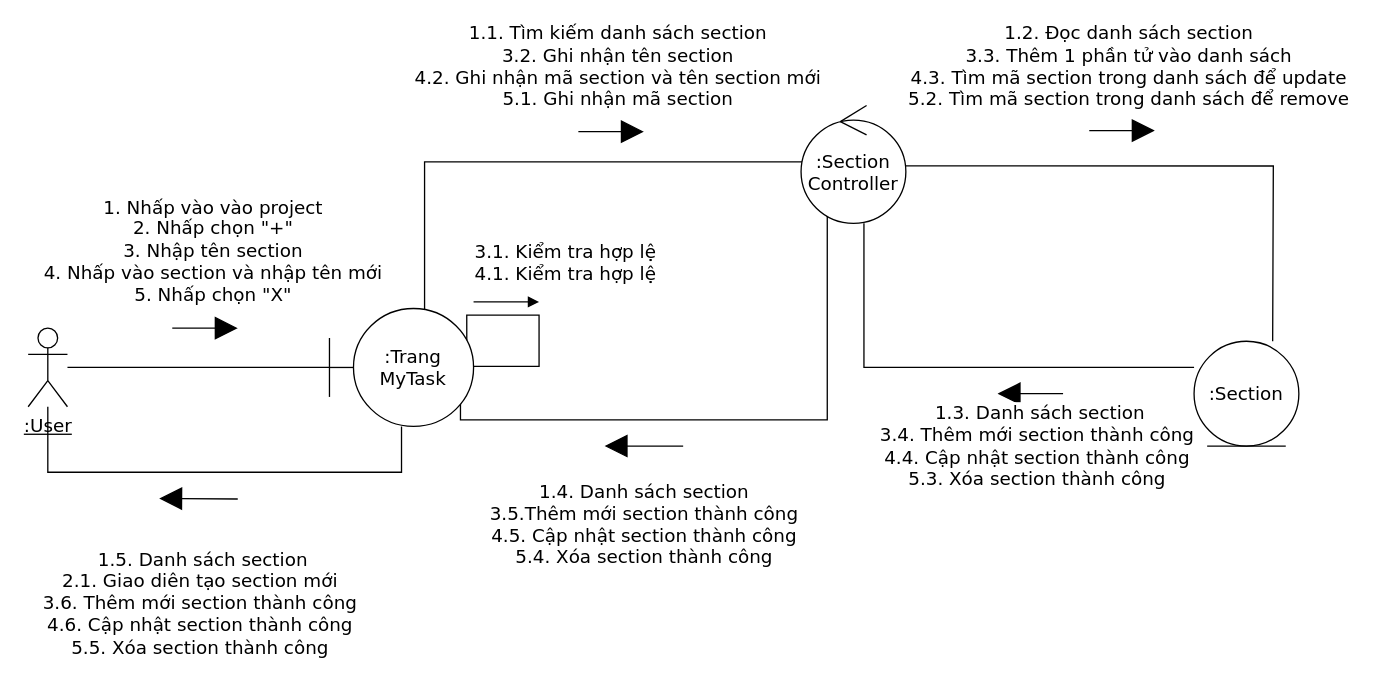
Above: ToDoApp-Doc/Document/Diagram/Collaboration Diagram/ManageSection/ManageSection_Collaboration.drawio in Merevoli-DatLuu/To-Do-App (draw.io), before the change. Source tidied: cells renumbered, new cells numbered last; positions are measured from the earlier drawing's top-left corner, leaving out a move shared by most shapes. Both pictures are drawn from the tidied source at 131%, with x=0, y=0 at pixel (28, 105).
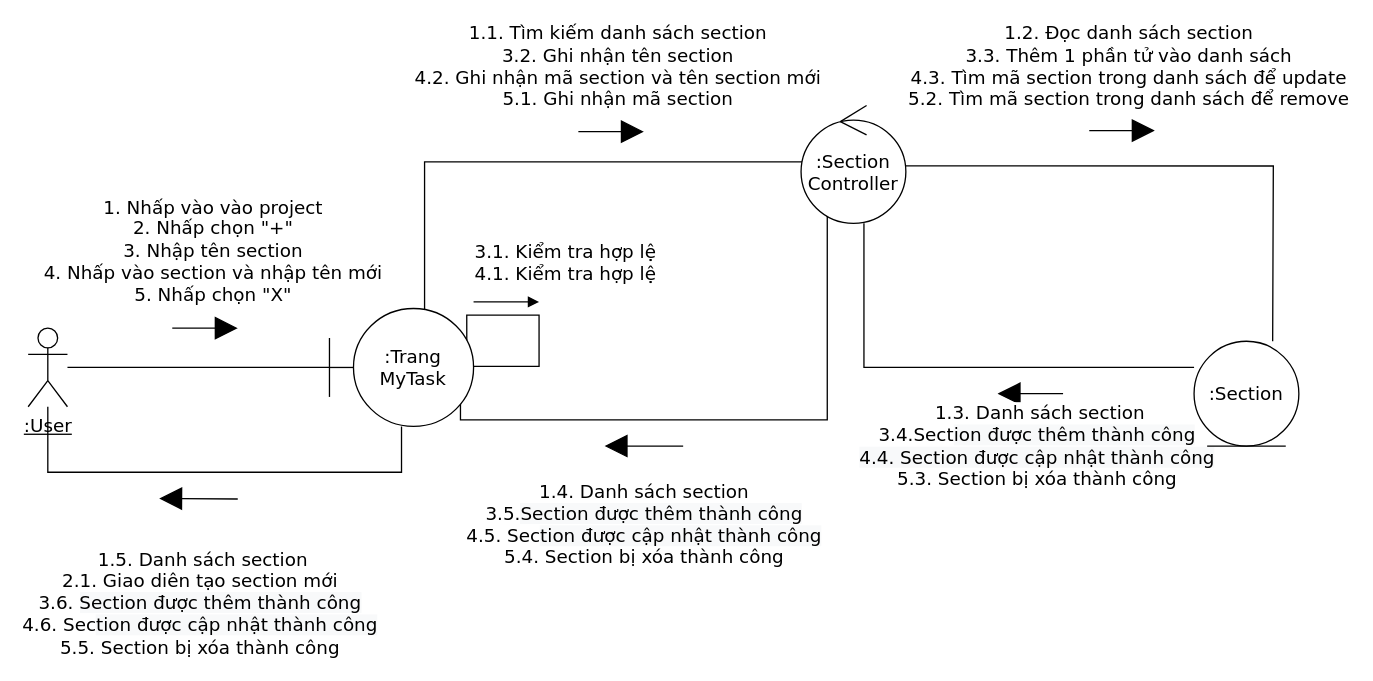
The same diagram, later.

Unchanged cells that the change refers to:
```xml
<mxCell id="16" style="endArrow=block;html=1;fontSize=14;endFill=1;endSize=15;fontFamily=Verdana;" parent="1" edge="1">
  <mxGeometry relative="1" as="geometry">
    <mxPoint x="160" y="300.4" as="sourcePoint" />
    <mxPoint x="100" y="300" as="targetPoint" />
  </mxGeometry>
</mxCell>
```

Change to the diagram source:
```diff
@@
-    <mxCell id="14" value="&lt;div style=&quot;font-size: 14px&quot;&gt;&lt;span style=&quot;font-size: 14px&quot;&gt;&amp;nbsp;1.3. Danh sách section&lt;br style=&quot;font-size: 14px&quot;&gt;&lt;/span&gt;&lt;/div&gt;&lt;div style=&quot;font-size: 14px&quot;&gt;3.4. Thêm mới section thành công&lt;/div&gt;&lt;div style=&quot;font-size: 14px&quot;&gt;4.4. Cập nhật section thành công&lt;br style=&quot;font-size: 14px&quot;&gt;&lt;span style=&quot;font-size: 14px&quot;&gt;&lt;/span&gt;&lt;/div&gt;&lt;div style=&quot;font-size: 14px&quot;&gt;&lt;span style=&quot;font-size: 14px&quot;&gt;&lt;/span&gt;&lt;/div&gt;&lt;span style=&quot;font-size: 14px&quot;&gt;5.3. Xóa section thành công&lt;br style=&quot;font-size: 14px&quot;&gt;&lt;/span&gt;" style="endArrow=block;html=1;fontSize=14;endFill=1;endSize=15;fontFamily=Verdana;" parent="1" edge="1">
+    <mxCell id="14" value="&lt;div style=&quot;font-size: 14px&quot;&gt;&lt;span style=&quot;font-size: 14px&quot;&gt;&amp;nbsp;1.3. Danh sách section&lt;/span&gt;&lt;/div&gt;3.4.Sect&lt;span style=&quot;background-color: rgb(248 , 249 , 250)&quot;&gt;ion được thêm thành công&lt;br&gt;&lt;/span&gt;&lt;span style=&quot;background-color: rgb(248 , 249 , 250)&quot;&gt;4.4. Section được cập nhật&amp;nbsp;thành công&lt;/span&gt;&lt;div style=&quot;font-size: 14px&quot;&gt;&lt;span style=&quot;font-size: 14px&quot;&gt;&lt;/span&gt;&lt;/div&gt;&lt;span style=&quot;font-size: 14px&quot;&gt;5.3. Section bị xóa thành công&lt;br style=&quot;font-size: 14px&quot;&gt;&lt;/span&gt;" style="endArrow=block;html=1;fontSize=14;endFill=1;endSize=15;fontFamily=Verdana;" parent="1" edge="1">
       <mxGeometry x="-0.2" y="40" relative="1" as="geometry">
         <mxPoint x="790" y="220" as="sourcePoint" />
         <mxPoint x="740" y="220" as="targetPoint" />
       </mxGeometry>
     </mxCell>
-    <mxCell id="15" value="&lt;font style=&quot;font-size: 14px&quot;&gt;&lt;span style=&quot;font-size: 14px&quot;&gt;&lt;font style=&quot;font-size: 14px&quot;&gt;1.4. Danh sách section&lt;br style=&quot;font-size: 14px&quot;&gt;&lt;/font&gt;&lt;/span&gt;&lt;/font&gt;&lt;span style=&quot;font-size: 14px&quot;&gt;&lt;font style=&quot;font-size: 14px&quot;&gt;3.5.&lt;/font&gt;&lt;/span&gt;&lt;span style=&quot;font-size: 14px&quot;&gt;&lt;font style=&quot;font-size: 14px&quot;&gt;Thêm mới section thành công&lt;/font&gt;&lt;/span&gt;&lt;div style=&quot;font-size: 14px&quot;&gt;&lt;span style=&quot;font-size: 14px&quot;&gt;&lt;font style=&quot;font-size: 14px&quot;&gt;4.5. &lt;/font&gt;&lt;/span&gt;&lt;span style=&quot;font-size: 14px&quot;&gt;&lt;font style=&quot;font-size: 14px&quot;&gt;Cập nhật section thành công&lt;/font&gt;&lt;/span&gt;&lt;/div&gt;&lt;div style=&quot;font-size: 14px&quot;&gt;&lt;span style=&quot;font-size: 14px&quot;&gt;&lt;/span&gt;&lt;/div&gt;&lt;span style=&quot;font-size: 14px&quot;&gt;&lt;font style=&quot;font-size: 14px&quot;&gt;5.4. &lt;/font&gt;&lt;/span&gt;&lt;span style=&quot;font-size: 14px&quot;&gt;&lt;font style=&quot;font-size: 14px&quot;&gt;&lt;span style=&quot;font-size: 14px&quot;&gt;Xóa section thành công&lt;/span&gt;&lt;/font&gt;&lt;/span&gt;" style="endArrow=block;html=1;fontSize=14;endFill=1;jumpSize=7;sourcePerimeterSpacing=2;endSize=15;fontFamily=Verdana;" parent="1" edge="1">
+    <mxCell id="15" value="&lt;font style=&quot;font-size: 14px&quot;&gt;&lt;span style=&quot;font-size: 14px&quot;&gt;&lt;font style=&quot;font-size: 14px&quot;&gt;1.4. Danh sách section&lt;br style=&quot;font-size: 14px&quot;&gt;&lt;/font&gt;&lt;/span&gt;&lt;/font&gt;&lt;span style=&quot;font-size: 14px&quot;&gt;&lt;font style=&quot;font-size: 14px&quot;&gt;3.5.&lt;/font&gt;&lt;/span&gt;&lt;span style=&quot;background-color: rgb(248 , 249 , 250)&quot;&gt;Section được thêm thành công&lt;/span&gt;&lt;div style=&quot;font-size: 14px&quot;&gt;&lt;/div&gt;4.5. Sec&lt;span style=&quot;background-color: rgb(248 , 249 , 250)&quot;&gt;tion được cập nhật&amp;nbsp;thành công&lt;/span&gt;&lt;div style=&quot;font-size: 14px&quot;&gt;&lt;span style=&quot;font-size: 14px&quot;&gt;&lt;/span&gt;&lt;/div&gt;&lt;span style=&quot;font-size: 14px&quot;&gt;&lt;font style=&quot;font-size: 14px&quot;&gt;5.4. Section bị xóa&lt;/font&gt;&lt;/span&gt;&lt;span style=&quot;font-size: 14px&quot;&gt;&lt;font style=&quot;font-size: 14px&quot;&gt;&lt;span style=&quot;font-size: 14px&quot;&gt;&amp;nbsp;thành công&lt;/span&gt;&lt;/font&gt;&lt;/span&gt;" style="endArrow=block;html=1;fontSize=14;endFill=1;jumpSize=7;sourcePerimeterSpacing=2;endSize=15;fontFamily=Verdana;" parent="1" edge="1">
       <mxGeometry y="60" relative="1" as="geometry">
         <mxPoint x="500" y="260" as="sourcePoint" />
         <mxPoint x="440" y="260" as="targetPoint" />
       </mxGeometry>
     </mxCell>
@@
-    <mxCell id="17" value="&lt;font style=&quot;font-size: 14px;&quot;&gt;&lt;font style=&quot;font-size: 14px;&quot;&gt;&lt;font style=&quot;font-size: 14px;&quot;&gt;&lt;span style=&quot;font-size: 14px;&quot;&gt;&amp;nbsp;1.5. Danh sách section&lt;br style=&quot;font-size: 14px;&quot;&gt;&lt;/span&gt;&lt;/font&gt;&lt;/font&gt;&lt;/font&gt;&lt;span style=&quot;font-size: 14px;&quot;&gt;2.1. Giao diên tạo section mới&lt;br style=&quot;font-size: 14px;&quot;&gt;3.6. &lt;/span&gt;&lt;span style=&quot;font-size: 14px;&quot;&gt;Thêm mới section thành công&lt;/span&gt;&lt;div style=&quot;font-size: 14px;&quot;&gt;&lt;span style=&quot;font-size: 14px;&quot;&gt;4.6. &lt;/span&gt;&lt;span style=&quot;font-size: 14px;&quot;&gt;Cập nhật section thành công&lt;/span&gt;&lt;/div&gt;&lt;div style=&quot;font-size: 14px;&quot;&gt;&lt;span style=&quot;font-size: 14px;&quot;&gt;&lt;/span&gt;&lt;/div&gt;&lt;span style=&quot;font-size: 14px;&quot;&gt;5.5. &lt;/span&gt;&lt;span style=&quot;font-size: 14px;&quot;&gt;&lt;span style=&quot;font-size: 14px;&quot;&gt;Xóa section thành công&lt;/span&gt;&lt;/span&gt;" style="edgeLabel;html=1;align=center;verticalAlign=middle;fontSize=14;fontFamily=Verdana;" parent="16" vertex="1">
+    <mxCell id="17" value="&lt;font style=&quot;font-size: 14px&quot;&gt;&lt;font style=&quot;font-size: 14px&quot;&gt;&lt;font style=&quot;font-size: 14px&quot;&gt;&lt;span style=&quot;font-size: 14px&quot;&gt;&amp;nbsp;1.5. Danh sách section&lt;br style=&quot;font-size: 14px&quot;&gt;&lt;/span&gt;&lt;/font&gt;&lt;/font&gt;&lt;/font&gt;&lt;span style=&quot;font-size: 14px&quot;&gt;2.1. Giao diên tạo section mới&lt;br style=&quot;font-size: 14px&quot;&gt;3.6.&amp;nbsp;&lt;/span&gt;&lt;span style=&quot;background-color: rgb(248 , 249 , 250)&quot;&gt;Section được thêm thành công&lt;br&gt;&lt;/span&gt;4.6. Sec&lt;span style=&quot;background-color: rgb(248 , 249 , 250)&quot;&gt;tion được cập nhật&amp;nbsp;thành công&lt;/span&gt;&lt;div style=&quot;font-size: 14px&quot;&gt;&lt;span style=&quot;font-size: 14px&quot;&gt;&lt;/span&gt;&lt;/div&gt;&lt;span style=&quot;font-size: 14px&quot;&gt;5.5. &lt;/span&gt;&lt;span style=&quot;font-size: 14px&quot;&gt;&lt;span style=&quot;font-size: 14px&quot;&gt;Section bị xóa thành công&lt;/span&gt;&lt;/span&gt;" style="edgeLabel;html=1;align=center;verticalAlign=middle;fontSize=14;fontFamily=Verdana;" parent="16" vertex="1">
       <mxGeometry x="-0.41" relative="1" as="geometry">
         <mxPoint x="-12" y="79.7" as="offset" />
       </mxGeometry>
     </mxCell>
```
